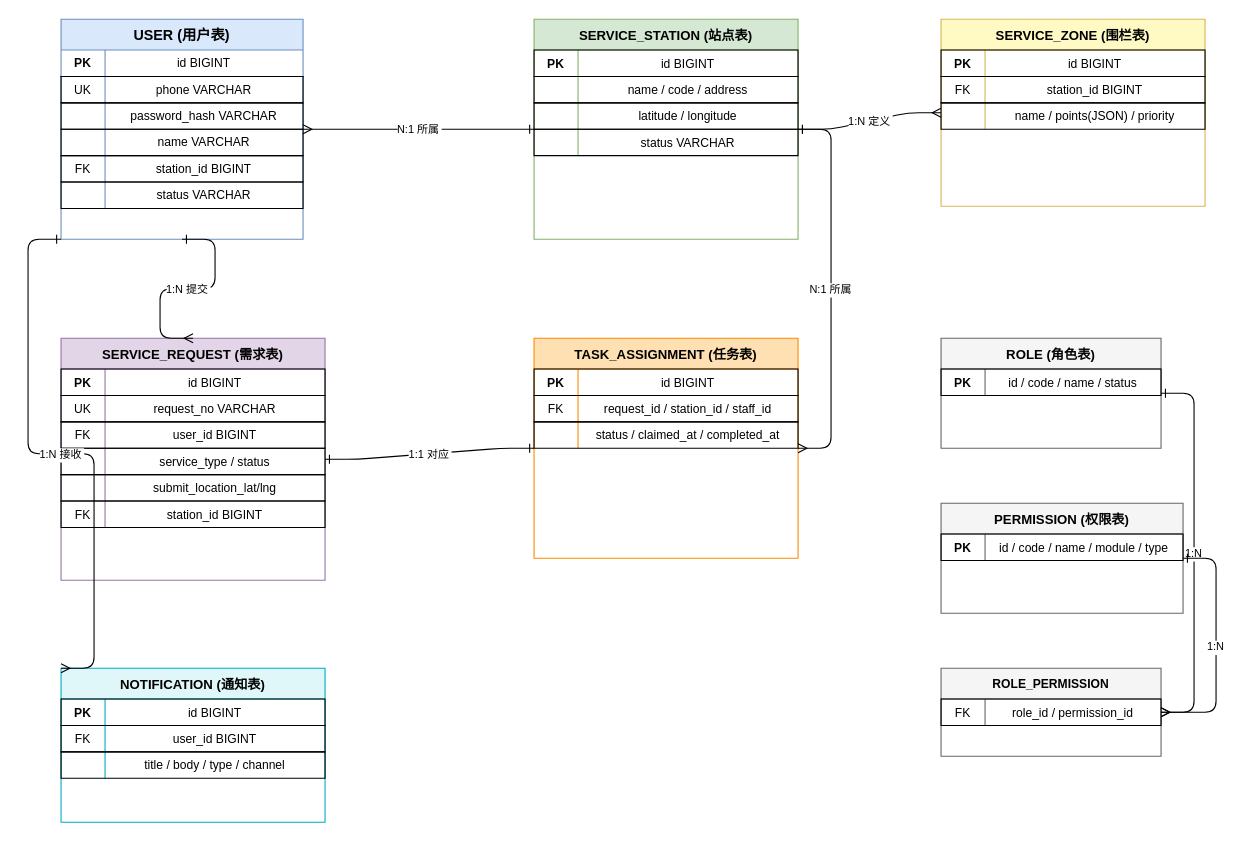
This is paper/附件/diagrams/fig3-6-er.drawio from julesChu12/scare, a draw.io file, before an edit. Source tidied: cells renumbered, new cells numbered last; positions are measured from the earlier drawing's top-left corner, leaving out a move shared by most shapes. Both pictures are drawn from the tidied source at 110%, with x=0, y=0 at pixel (61, 19).
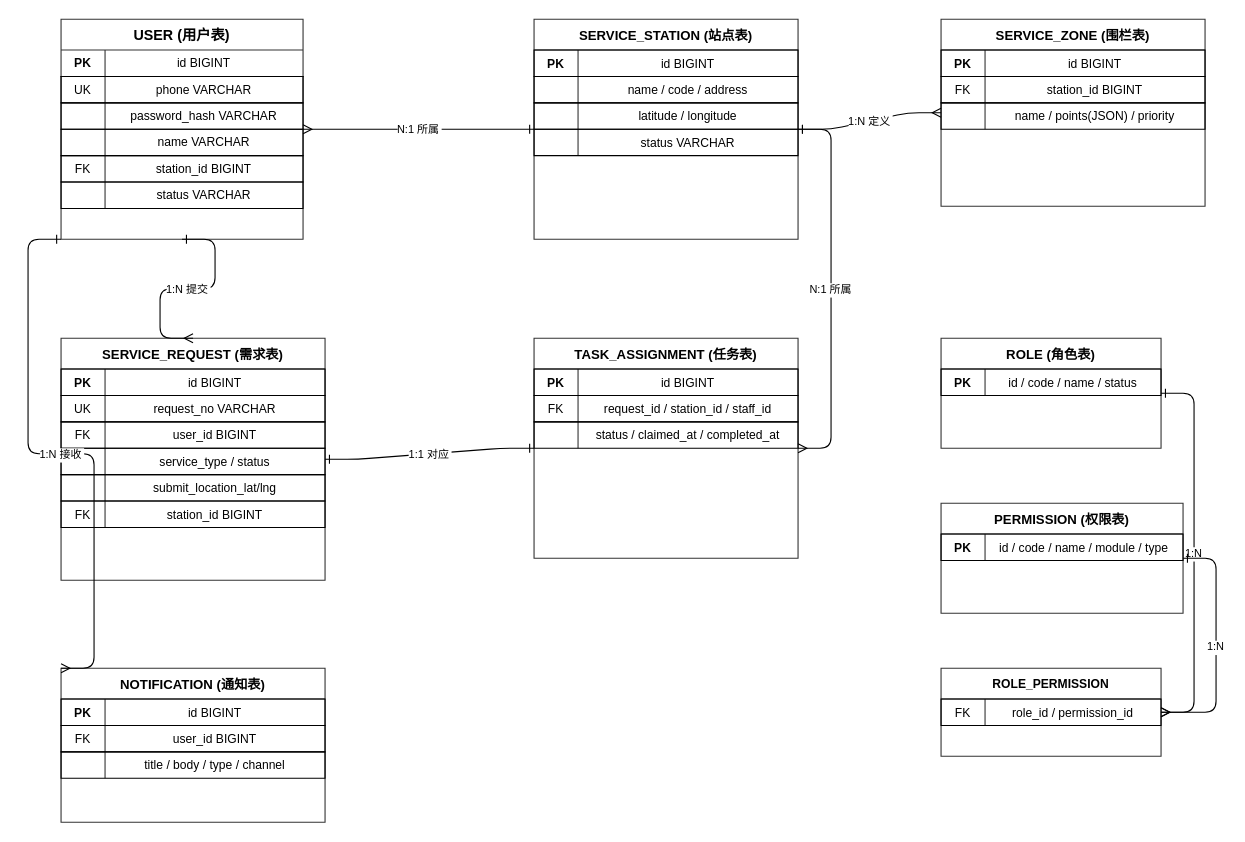
The same page after the edit.

Change to the diagram source:
```diff
@@
-    <mxCell id="2" value="USER (用户表)" style="shape=table;startSize=28;childLayout=tableLayout;rowLines=0;fontStyle=1;align=center;fillColor=#dae8fc;strokeColor=#6c8ebf;fontSize=13;" parent="1" vertex="1">
+    <mxCell id="2" value="USER (用户表)" style="shape=table;startSize=28;childLayout=tableLayout;rowLines=0;fontStyle=1;align=center;fillColor=#ffffff;strokeColor=#333333;fontSize=13;" parent="1" vertex="1">
       <mxGeometry width="220" height="200" as="geometry" />
     </mxCell>
@@
-    <mxCell id="21" value="SERVICE_STATION (站点表)" style="shape=table;startSize=28;childLayout=tableLayout;rowLines=0;fontStyle=1;align=center;fillColor=#d5e8d4;strokeColor=#82b366;fontSize=12;" parent="1" vertex="1">
+    <mxCell id="21" value="SERVICE_STATION (站点表)" style="shape=table;startSize=28;childLayout=tableLayout;rowLines=0;fontStyle=1;align=center;fillColor=#ffffff;strokeColor=#333333;fontSize=12;" parent="1" vertex="1">
       <mxGeometry x="430" width="240" height="200" as="geometry" />
     </mxCell>
@@
-    <mxCell id="34" value="SERVICE_ZONE (围栏表)" style="shape=table;startSize=28;childLayout=tableLayout;rowLines=0;fontStyle=1;align=center;fillColor=#fff9c4;strokeColor=#d6b656;fontSize=12;" parent="1" vertex="1">
+    <mxCell id="34" value="SERVICE_ZONE (围栏表)" style="shape=table;startSize=28;childLayout=tableLayout;rowLines=0;fontStyle=1;align=center;fillColor=#ffffff;strokeColor=#333333;fontSize=12;" parent="1" vertex="1">
       <mxGeometry x="800" width="240" height="170" as="geometry" />
     </mxCell>
@@
-    <mxCell id="44" value="SERVICE_REQUEST (需求表)" style="shape=table;startSize=28;childLayout=tableLayout;rowLines=0;fontStyle=1;align=center;fillColor=#e1d5e7;strokeColor=#9673a6;fontSize=12;" parent="1" vertex="1">
+    <mxCell id="44" value="SERVICE_REQUEST (需求表)" style="shape=table;startSize=28;childLayout=tableLayout;rowLines=0;fontStyle=1;align=center;fillColor=#ffffff;strokeColor=#333333;fontSize=12;" parent="1" vertex="1">
       <mxGeometry y="290" width="240" height="220" as="geometry" />
     </mxCell>
@@
-    <mxCell id="63" value="TASK_ASSIGNMENT (任务表)" style="shape=table;startSize=28;childLayout=tableLayout;rowLines=0;fontStyle=1;align=center;fillColor=#ffe0b2;strokeColor=#fb8c00;fontSize=12;" parent="1" vertex="1">
+    <mxCell id="63" value="TASK_ASSIGNMENT (任务表)" style="shape=table;startSize=28;childLayout=tableLayout;rowLines=0;fontStyle=1;align=center;fillColor=#ffffff;strokeColor=#333333;fontSize=12;" parent="1" vertex="1">
       <mxGeometry x="430" y="290" width="240" height="200" as="geometry" />
     </mxCell>
@@
-    <mxCell id="73" value="NOTIFICATION (通知表)" style="shape=table;startSize=28;childLayout=tableLayout;rowLines=0;fontStyle=1;align=center;fillColor=#e0f7fa;strokeColor=#00acc1;fontSize=12;" parent="1" vertex="1">
+    <mxCell id="73" value="NOTIFICATION (通知表)" style="shape=table;startSize=28;childLayout=tableLayout;rowLines=0;fontStyle=1;align=center;fillColor=#ffffff;strokeColor=#333333;fontSize=12;" parent="1" vertex="1">
       <mxGeometry y="590" width="240" height="140" as="geometry" />
     </mxCell>
@@
-    <mxCell id="83" value="ROLE (角色表)" style="shape=table;startSize=28;childLayout=tableLayout;rowLines=0;fontStyle=1;align=center;fillColor=#f5f5f5;strokeColor=#666666;fontSize=12;" parent="1" vertex="1">
+    <mxCell id="83" value="ROLE (角色表)" style="shape=table;startSize=28;childLayout=tableLayout;rowLines=0;fontStyle=1;align=center;fillColor=#ffffff;strokeColor=#333333;fontSize=12;" parent="1" vertex="1">
       <mxGeometry x="800" y="290" width="200" height="100" as="geometry" />
     </mxCell>
@@
-    <mxCell id="87" value="PERMISSION (权限表)" style="shape=table;startSize=28;childLayout=tableLayout;rowLines=0;fontStyle=1;align=center;fillColor=#f5f5f5;strokeColor=#666666;fontSize=12;" parent="1" vertex="1">
+    <mxCell id="87" value="PERMISSION (权限表)" style="shape=table;startSize=28;childLayout=tableLayout;rowLines=0;fontStyle=1;align=center;fillColor=#ffffff;strokeColor=#333333;fontSize=12;" parent="1" vertex="1">
       <mxGeometry x="800" y="440" width="220" height="100" as="geometry" />
     </mxCell>
@@
-    <mxCell id="91" value="ROLE_PERMISSION" style="shape=table;startSize=28;childLayout=tableLayout;rowLines=0;fontStyle=1;align=center;fillColor=#f5f5f5;strokeColor=#666666;fontSize=11;" parent="1" vertex="1">
+    <mxCell id="91" value="ROLE_PERMISSION" style="shape=table;startSize=28;childLayout=tableLayout;rowLines=0;fontStyle=1;align=center;fillColor=#ffffff;strokeColor=#333333;fontSize=11;" parent="1" vertex="1">
       <mxGeometry x="800" y="590" width="200" height="80" as="geometry" />
     </mxCell>
```
